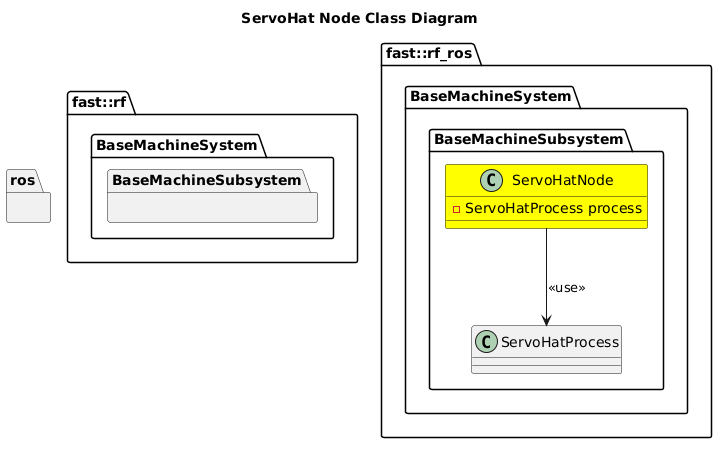
Before: Systems/BaseMachine/Subsystems/BaseMachine/Nodes/HatNodes/ServoHat/doc/puml/ServoHatNodeClassDiagram.png, a diagram exported from PlantUML (fastrobotics/robot_framework_ros). Source of this version:
```plantuml
@startuml
title ServoHat Node Class Diagram

namespace ros {
}
namespace fast::rf {
    namespace BaseMachineSystem {
        namespace BaseMachineSubsystem {
        }
    }
}
namespace fast::rf_ros {
   namespace BaseMachineSystem {
        namespace BaseMachineSubsystem {
            class ServoHatNode #Yellow {
                -ServoHatProcess process
            }
            ServoHatNode --> ServoHatProcess: <<use>>
        }
    }
}
@enduml
```
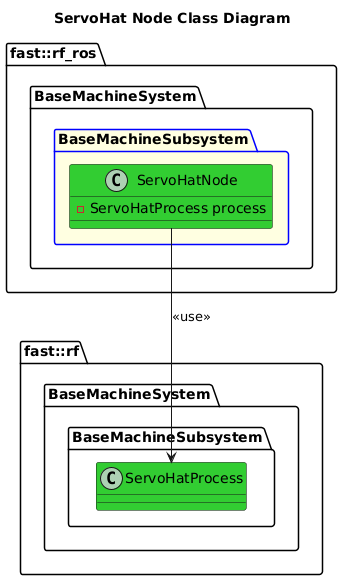
Later version of the same file.

The edit, as a diff of the source:
```diff
@@ -1,18 +1,16 @@
 @startuml
 title ServoHat Node Class Diagram
-
-namespace ros {
-}
 namespace fast::rf {
     namespace BaseMachineSystem {
         namespace BaseMachineSubsystem {
+            class ServoHatProcess #LimeGreen
         }
     }
 }
 namespace fast::rf_ros {
    namespace BaseMachineSystem {
-        namespace BaseMachineSubsystem {
-            class ServoHatNode #Yellow {
+        package BaseMachineSubsystem #LightYellow;line:blue {
+            class ServoHatNode #LimeGreen {
                 -ServoHatProcess process
             }
             ServoHatNode --> ServoHatProcess: <<use>>
```
